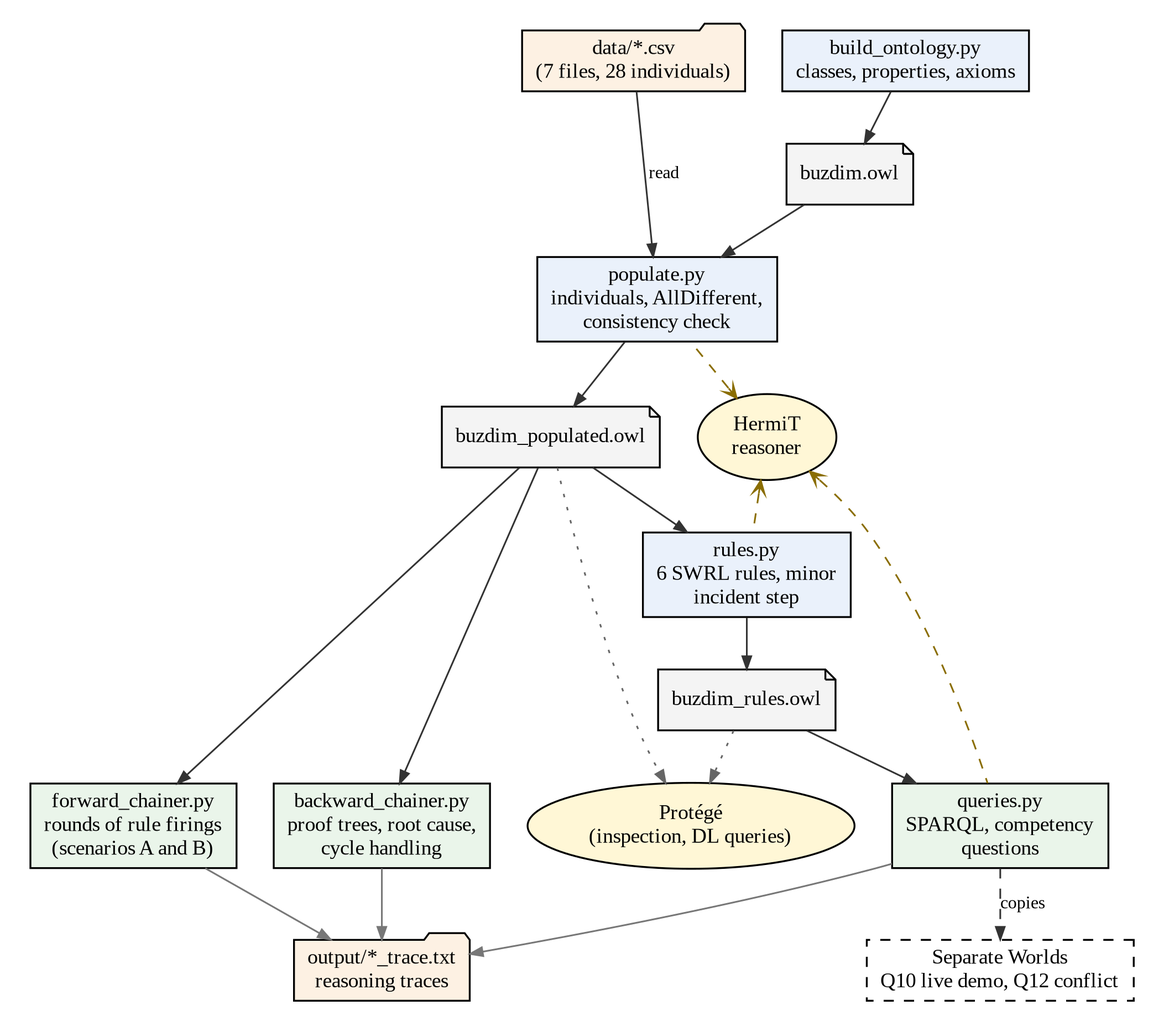
Earlier version of the Graphviz export docs/figures/system_architecture.png (EseoheB/buzdim). Its source is kept beside it as docs/figures/system_architecture.dot. Its diagram source:
```dot

digraph G {
  graph [rankdir=TB, fontname="Times New Roman", nodesep=0.3, ranksep=0.4, pad=0.25, dpi=220, splines=spline];
  node  [fontname="Times New Roman", fontsize=12.5, style=filled, penwidth=1.1];
  edge  [fontname="Times New Roman", fontsize=10.5, color="#333333", arrowsize=0.75];

  csv [shape=folder, fillcolor="#FDF1E3", label="data/*.csv\n(7 files, 28 individuals)"];

  node [shape=box, fillcolor="#EAF1FB"];
  build [label="build_ontology.py\nclasses, properties, axioms"];
  pop   [label="populate.py\nindividuals, AllDifferent,\nconsistency check"];
  rules [label="rules.py\n6 SWRL rules, minor\nincident step"];

  node [shape=note, fillcolor="#F4F4F4"];
  o1 [label="buzdim.owl"];
  o2 [label="buzdim_populated.owl"];
  o3 [label="buzdim_rules.owl"];

  node [shape=box, fillcolor="#EAF5EA"];
  fwd [label="forward_chainer.py\nrounds of rule firings\n(scenarios A and B)"];
  bwd [label="backward_chainer.py\nproof trees, root cause,\ncycle handling"];
  qry [label="queries.py\nSPARQL, competency\nquestions"];

  node [shape=box, style="filled,dashed", fillcolor="#FFFFFF"];
  worlds [label="Separate Worlds\nQ10 live demo, Q12 conflict"];

  node [shape=ellipse, style=filled, fillcolor="#FFF7D6"];
  hermit [label="HermiT\nreasoner"];
  protege [label="Protégé\n(inspection, DL queries)"];

  node [shape=folder, fillcolor="#FDF1E3"];
  traces [label="output/*_trace.txt\nreasoning traces"];

  csv -> pop [label="read"];
  build -> o1 -> pop -> o2 -> rules -> o3;
  o2 -> fwd; o2 -> bwd; o3 -> qry;
  qry -> worlds [style=dashed, label="copies"];
  {fwd bwd qry} -> traces [color="#777777"];

  edge [style=dashed, color="#8A6D00", dir=both, arrowtail=none];
  hermit -> pop [dir=back, arrowtail=vee, arrowhead=none];
  hermit -> rules [dir=back, arrowtail=vee, arrowhead=none];
  hermit -> qry [dir=back, arrowtail=vee, arrowhead=none];

  edge [style=dotted, color="#666666", dir=forward];
  o2 -> protege; o3 -> protege;

  {rank=same; build; csv;}
  {rank=same; o1;}
  {rank=same; fwd; bwd; qry;}
  {rank=same; hermit; o2;}
}
```
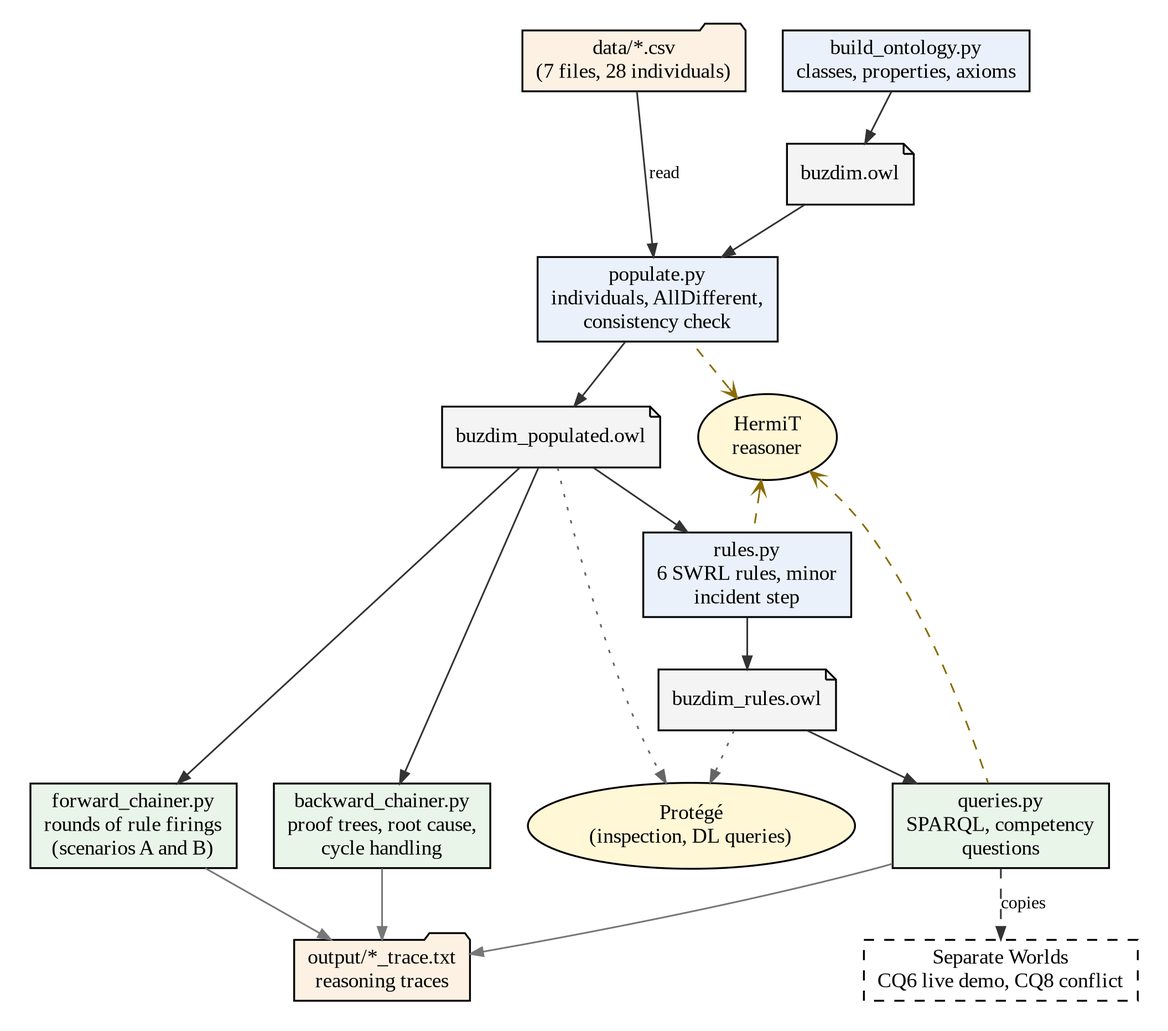
The same diagram one commit later.

The edit, as a diff of the source:
```diff
@@ -22,7 +22,7 @@
   qry [label="queries.py\nSPARQL, competency\nquestions"];
 
   node [shape=box, style="filled,dashed", fillcolor="#FFFFFF"];
-  worlds [label="Separate Worlds\nQ10 live demo, Q12 conflict"];
+  worlds [label="Separate Worlds\nCQ6 live demo, CQ8 conflict"];
 
   node [shape=ellipse, style=filled, fillcolor="#FFF7D6"];
   hermit [label="HermiT\nreasoner"];
```
